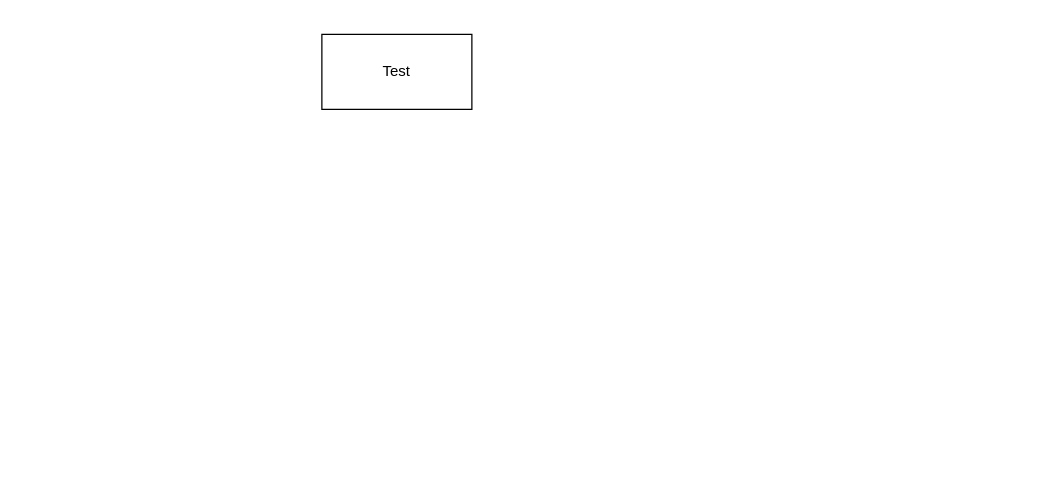
jonathaneeckhout/cwars keeps this draw.io diagram as design/networking/cwars_network_architecture.drawio. Above is the earlier version. Source tidied: cells renumbered, new cells numbered last; positions are measured from the earlier drawing's top-left corner, leaving out a move shared by most shapes. Both pictures are drawn from the tidied source at 125%, with x=0, y=0 at pixel (321, 34).
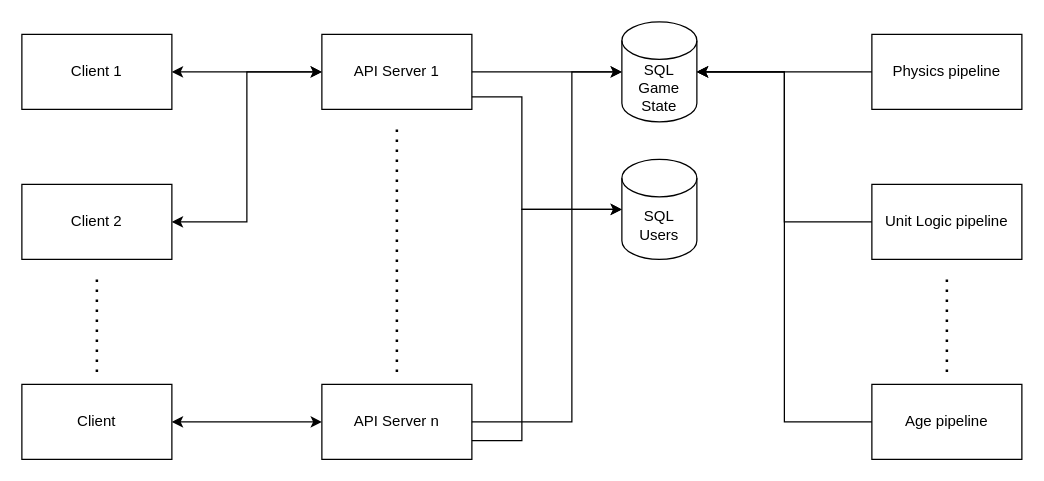
The same diagram, later.

The edit, as a diff of the source:
```diff
@@
-    <mxCell id="2" value="Test" style="rounded=0;whiteSpace=wrap;html=1;" parent="1" vertex="1">
+    <mxCell id="2" value="API Server 1" style="rounded=0;whiteSpace=wrap;html=1;" parent="1" vertex="1">
       <mxGeometry width="120" height="60" as="geometry" />
     </mxCell>
+    <mxCell id="3" style="edgeStyle=orthogonalEdgeStyle;rounded=0;jettySize=auto;html=1;startArrow=classic;startFill=1;" parent="1" edge="1" source="4" target="2">
+      <mxGeometry relative="1" as="geometry" />
+    </mxCell>
+    <mxCell id="4" value="Client 1" style="rounded=0;whiteSpace=wrap;html=1;" parent="1" vertex="1">
+      <mxGeometry x="-240" width="120" height="60" as="geometry" />
+    </mxCell>
+    <mxCell id="5" value="Physics pipeline" style="rounded=0;whiteSpace=wrap;html=1;" parent="1" vertex="1">
+      <mxGeometry x="440" width="120" height="60" as="geometry" />
+    </mxCell>
+    <mxCell id="6" value="Unit Logic pipeline" style="rounded=0;whiteSpace=wrap;html=1;" parent="1" vertex="1">
+      <mxGeometry x="440" y="120" width="120" height="60" as="geometry" />
+    </mxCell>
+    <mxCell id="7" value="Age pipeline" style="rounded=0;whiteSpace=wrap;html=1;" parent="1" vertex="1">
+      <mxGeometry x="440" y="280" width="120" height="60" as="geometry" />
+    </mxCell>
+    <mxCell id="8" value="API Server n" style="rounded=0;whiteSpace=wrap;html=1;" parent="1" vertex="1">
+      <mxGeometry y="280" width="120" height="60" as="geometry" />
+    </mxCell>
+    <mxCell id="9" style="edgeStyle=orthogonalEdgeStyle;rounded=0;jettySize=auto;html=1;entryX=0;entryY=0.5;entryDx=0;entryDy=0;curved=0;strokeColor=default;startArrow=classic;startFill=1;" parent="1" edge="1" source="10" target="2">
+      <mxGeometry relative="1" as="geometry" />
+    </mxCell>
+    <mxCell id="10" value="Client 2" style="rounded=0;whiteSpace=wrap;html=1;" parent="1" vertex="1">
+      <mxGeometry x="-240" y="120" width="120" height="60" as="geometry" />
+    </mxCell>
+    <mxCell id="11" style="edgeStyle=orthogonalEdgeStyle;rounded=0;jettySize=auto;html=1;entryX=0;entryY=0.5;entryDx=0;entryDy=0;startArrow=classic;startFill=1;" parent="1" edge="1" source="12" target="8">
+      <mxGeometry relative="1" as="geometry" />
+    </mxCell>
+    <mxCell id="12" value="Client" style="rounded=0;whiteSpace=wrap;html=1;" parent="1" vertex="1">
+      <mxGeometry x="-240" y="280" width="120" height="60" as="geometry" />
+    </mxCell>
+    <mxCell id="13" value="SQL Game State" style="shape=cylinder3;whiteSpace=wrap;html=1;boundedLbl=1;backgroundOutline=1;size=15;" parent="1" vertex="1">
+      <mxGeometry x="240" y="-10" width="60" height="80" as="geometry" />
+    </mxCell>
+    <mxCell id="14" value="SQL Users" style="shape=cylinder3;whiteSpace=wrap;html=1;boundedLbl=1;backgroundOutline=1;size=15;" parent="1" vertex="1">
+      <mxGeometry x="240" y="100" width="60" height="80" as="geometry" />
+    </mxCell>
+    <mxCell id="15" style="endArrow=none;dashed=1;html=1;dashPattern=1 3;strokeWidth=2;rounded=0;" parent="1" edge="1">
+      <mxGeometry relative="1" as="geometry">
+        <mxPoint x="60" y="270" as="sourcePoint" />
+        <mxPoint x="60" y="70" as="targetPoint" />
+      </mxGeometry>
+    </mxCell>
+    <mxCell id="16" style="endArrow=none;dashed=1;html=1;dashPattern=1 3;strokeWidth=2;rounded=0;" parent="1" edge="1">
+      <mxGeometry relative="1" as="geometry">
+        <mxPoint x="500" y="270" as="sourcePoint" />
+        <mxPoint x="500" y="190" as="targetPoint" />
+      </mxGeometry>
+    </mxCell>
+    <mxCell id="17" style="edgeStyle=orthogonalEdgeStyle;rounded=0;jettySize=auto;html=1;entryX=0;entryY=0.5;entryDx=0;entryDy=0;entryPerimeter=0;" parent="1" edge="1" source="2" target="13">
+      <mxGeometry relative="1" as="geometry" />
+    </mxCell>
+    <mxCell id="18" style="edgeStyle=orthogonalEdgeStyle;rounded=0;jettySize=auto;html=1;entryX=0;entryY=0.5;entryDx=0;entryDy=0;entryPerimeter=0;" parent="1" edge="1" source="8" target="13">
+      <mxGeometry relative="1" as="geometry">
+        <Array as="points">
+          <mxPoint x="200" y="310" />
+          <mxPoint x="200" y="30" />
+        </Array>
+      </mxGeometry>
+    </mxCell>
+    <mxCell id="19" style="edgeStyle=orthogonalEdgeStyle;rounded=0;jettySize=auto;html=1;entryX=0;entryY=0.5;entryDx=0;entryDy=0;entryPerimeter=0;" parent="1" edge="1" source="2" target="14">
+      <mxGeometry relative="1" as="geometry">
+        <Array as="points">
+          <mxPoint x="160" y="50" />
+          <mxPoint x="160" y="140" />
+        </Array>
+      </mxGeometry>
+    </mxCell>
+    <mxCell id="20" style="edgeStyle=orthogonalEdgeStyle;rounded=0;jettySize=auto;html=1;exitX=1;exitY=0.75;exitDx=0;exitDy=0;entryX=0;entryY=0.5;entryDx=0;entryDy=0;entryPerimeter=0;" parent="1" edge="1" source="8" target="14">
+      <mxGeometry relative="1" as="geometry">
+        <Array as="points">
+          <mxPoint x="160" y="325" />
+          <mxPoint x="160" y="140" />
+        </Array>
+      </mxGeometry>
+    </mxCell>
+    <mxCell id="21" style="edgeStyle=orthogonalEdgeStyle;rounded=0;jettySize=auto;html=1;entryX=1;entryY=0.5;entryDx=0;entryDy=0;entryPerimeter=0;" parent="1" edge="1" source="5" target="13">
+      <mxGeometry relative="1" as="geometry" />
+    </mxCell>
+    <mxCell id="22" style="edgeStyle=orthogonalEdgeStyle;rounded=0;jettySize=auto;html=1;entryX=1;entryY=0.5;entryDx=0;entryDy=0;entryPerimeter=0;" parent="1" edge="1" source="6" target="13">
+      <mxGeometry relative="1" as="geometry" />
+    </mxCell>
+    <mxCell id="23" style="edgeStyle=orthogonalEdgeStyle;rounded=0;jettySize=auto;html=1;entryX=1;entryY=0.5;entryDx=0;entryDy=0;entryPerimeter=0;" parent="1" edge="1" source="7" target="13">
+      <mxGeometry relative="1" as="geometry" />
+    </mxCell>
+    <mxCell id="24" style="endArrow=none;dashed=1;html=1;dashPattern=1 3;strokeWidth=2;rounded=0;" parent="1" edge="1">
+      <mxGeometry relative="1" as="geometry">
+        <mxPoint x="-180" y="270" as="sourcePoint" />
+        <mxPoint x="-180" y="190" as="targetPoint" />
+      </mxGeometry>
+    </mxCell>
```
